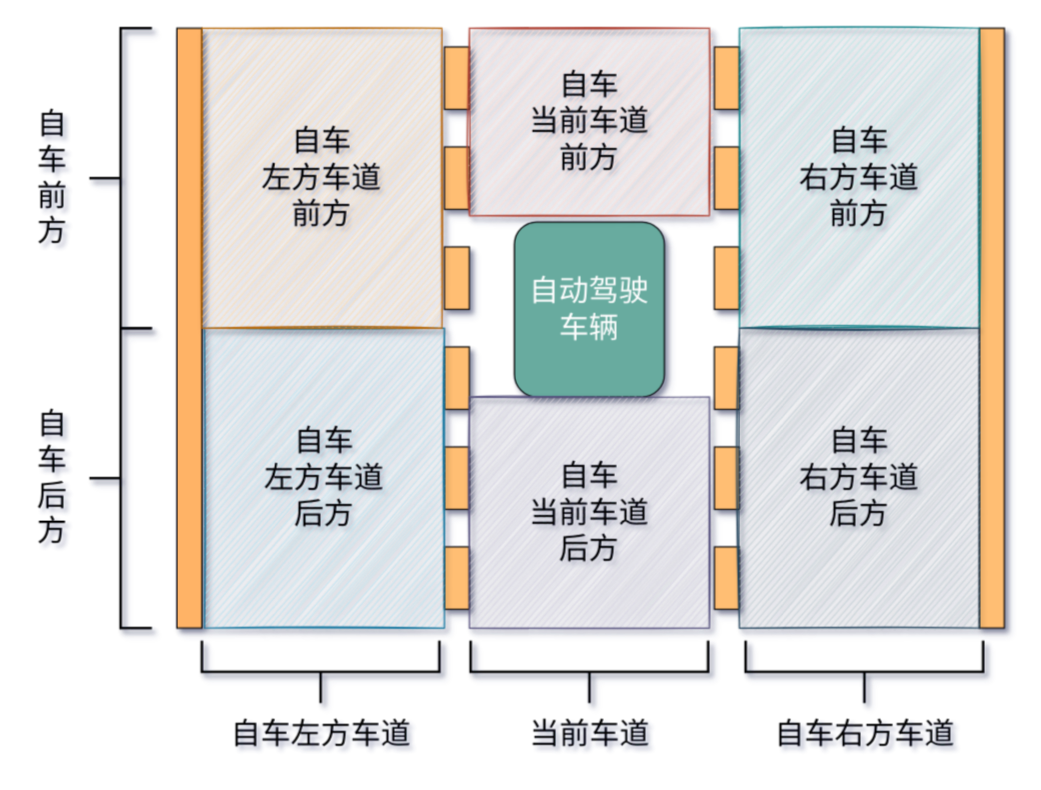
Above: traffic_flow_participant.drawio in puresummersky/ML_web (draw.io), before the change. Source tidied: cells renumbered, new cells numbered last; positions are measured from the earlier drawing's top-left corner, leaving out a move shared by most shapes. Both pictures are drawn from the tidied source at 125%, with x=0, y=0 at pixel (26, 28).
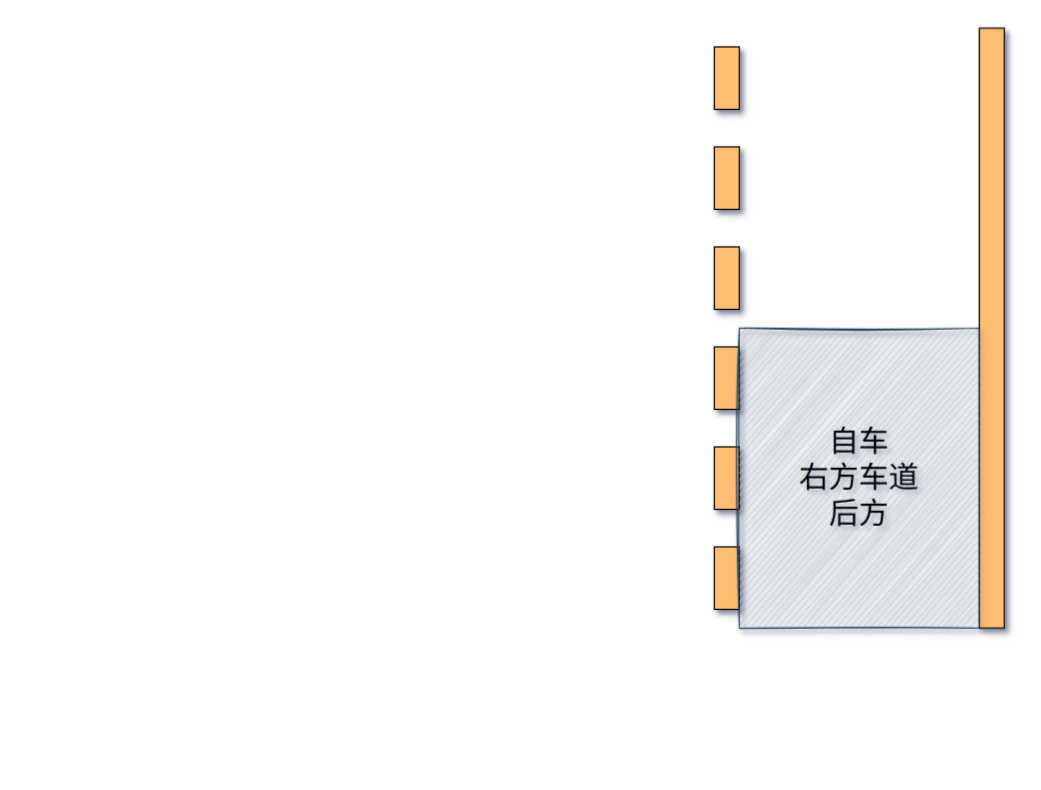
Above is the later version.

The edit, as a diff of the source:
```diff
@@
-    <mxCell id="2" style="rounded=0;whiteSpace=wrap;html=1;fillColor=#FFBE73;strokeColor=#000000;shadow=1;" parent="1" vertex="1">
-      <mxGeometry x="334" y="15" width="20" height="50" as="geometry" />
-    </mxCell>
-    <mxCell id="3" style="rounded=0;whiteSpace=wrap;html=1;fillColor=#FFB366;shadow=1;" parent="1" vertex="1">
-      <mxGeometry x="120" width="20" height="480" as="geometry" />
-    </mxCell>
@@
-    <mxCell id="5" style="rounded=0;whiteSpace=wrap;html=1;fillColor=#FFBE73;strokeColor=#000000;shadow=1;" parent="1" vertex="1">
-      <mxGeometry x="334" y="95" width="20" height="50" as="geometry" />
-    </mxCell>
-    <mxCell id="6" style="rounded=0;whiteSpace=wrap;html=1;fillColor=#FFBE73;strokeColor=#000000;shadow=1;" parent="1" vertex="1">
-      <mxGeometry x="334" y="175" width="20" height="50" as="geometry" />
-    </mxCell>
-    <mxCell id="7" style="rounded=0;whiteSpace=wrap;html=1;fillColor=#FFBE73;strokeColor=#000000;shadow=1;" parent="1" vertex="1">
-      <mxGeometry x="334" y="255" width="20" height="50" as="geometry" />
-    </mxCell>
-    <mxCell id="8" style="rounded=0;whiteSpace=wrap;html=1;fillColor=#FFBE73;strokeColor=#000000;shadow=1;" parent="1" vertex="1">
-      <mxGeometry x="334" y="335" width="20" height="50" as="geometry" />
-    </mxCell>
-    <mxCell id="9" style="rounded=0;whiteSpace=wrap;html=1;fillColor=#FFBE73;strokeColor=#000000;shadow=1;" parent="1" vertex="1">
-      <mxGeometry x="334" y="415" width="20" height="50" as="geometry" />
-    </mxCell>
@@
-    <mxCell id="16" value="&lt;div&gt;&lt;font style=&quot;font-size: 24px;&quot; face=&quot;Helvetica&quot; color=&quot;#FFFFFF&quot;&gt;自动驾驶车辆&lt;/font&gt;&lt;/div&gt;" style="rounded=1;whiteSpace=wrap;html=1;strokeColor=#000000;fillColor=#67AB9F;shadow=1;" parent="1" vertex="1">
-      <mxGeometry x="390" y="155" width="120" height="140" as="geometry" />
-    </mxCell>
-    <mxCell id="17" style="strokeWidth=2;html=1;shape=mxgraph.flowchart.annotation_2;align=left;labelPosition=right;fontFamily=Helvetica;fontSize=24;fontColor=#000000;fillColor=#67AB9F;rotation=-90;shadow=1;" parent="1" vertex="1">
-      <mxGeometry x="210" y="420" width="50" height="190" as="geometry" />
-    </mxCell>
-    <mxCell id="18" value="自车左方车道" style="text;html=1;align=center;verticalAlign=middle;strokeColor=none;fillColor=none;fontSize=24;fontFamily=Helvetica;fontColor=#000000;shadow=1;" parent="1" vertex="1">
-      <mxGeometry x="155" y="550" width="160" height="30" as="geometry" />
-    </mxCell>
-    <mxCell id="19" style="strokeWidth=2;html=1;shape=mxgraph.flowchart.annotation_2;align=left;labelPosition=right;fontFamily=Helvetica;fontSize=24;fontColor=#000000;fillColor=#67AB9F;rotation=-90;shadow=1;" parent="1" vertex="1">
-      <mxGeometry x="425" y="420" width="50" height="190" as="geometry" />
-    </mxCell>
-    <mxCell id="20" value="当前车道" style="text;html=1;align=center;verticalAlign=middle;strokeColor=none;fillColor=none;fontSize=24;fontFamily=Helvetica;fontColor=#000000;shadow=1;" parent="1" vertex="1">
-      <mxGeometry x="395" y="550" width="110" height="30" as="geometry" />
-    </mxCell>
-    <mxCell id="21" style="strokeWidth=2;html=1;shape=mxgraph.flowchart.annotation_2;align=left;labelPosition=right;fontFamily=Helvetica;fontSize=24;fontColor=#000000;fillColor=#67AB9F;rotation=-90;shadow=1;" parent="1" vertex="1">
-      <mxGeometry x="645" y="420" width="50" height="190" as="geometry" />
-    </mxCell>
-    <mxCell id="22" value="自车右方车道" style="text;html=1;align=center;verticalAlign=middle;strokeColor=none;fillColor=none;fontSize=24;fontFamily=Helvetica;fontColor=#000000;shadow=1;" parent="1" vertex="1">
-      <mxGeometry x="590" y="550" width="160" height="30" as="geometry" />
-    </mxCell>
-    <mxCell id="23" value="&lt;div&gt;自车&lt;br&gt;&lt;/div&gt;&lt;div&gt;右方车道&lt;/div&gt;&lt;div&gt;前方&lt;/div&gt;" style="rounded=0;whiteSpace=wrap;html=1;fontFamily=Helvetica;fontSize=24;strokeColor=#0e8088;fillColor=#b0e3e6;glass=0;sketch=1;shadow=1;" parent="1" vertex="1">
-      <mxGeometry x="570" width="192" height="240" as="geometry" />
-    </mxCell>
@@
-    <mxCell id="25" value="&lt;div&gt;自车&lt;br&gt;&lt;/div&gt;&lt;div&gt;左方车道&lt;/div&gt;&lt;div&gt;后方&lt;/div&gt;" style="rounded=0;whiteSpace=wrap;html=1;fontFamily=Helvetica;fontSize=24;strokeColor=#10739e;fillColor=#b1ddf0;glass=0;sketch=1;shadow=1;" parent="1" vertex="1">
-      <mxGeometry x="142" y="240" width="192" height="240" as="geometry" />
-    </mxCell>
-    <mxCell id="26" value="&lt;div&gt;自车&lt;br&gt;&lt;/div&gt;&lt;div&gt;左方车道&lt;/div&gt;&lt;div&gt;前方&lt;/div&gt;" style="rounded=0;whiteSpace=wrap;html=1;fontFamily=Helvetica;fontSize=24;strokeColor=#b46504;fillColor=#fad7ac;glass=0;sketch=1;shadow=1;" parent="1" vertex="1">
-      <mxGeometry x="140" width="192" height="240" as="geometry" />
-    </mxCell>
-    <mxCell id="27" value="&lt;div&gt;自车&lt;br&gt;&lt;/div&gt;&lt;div&gt;当前车道&lt;/div&gt;&lt;div&gt;前方&lt;/div&gt;" style="rounded=0;whiteSpace=wrap;html=1;fontFamily=Helvetica;fontSize=24;strokeColor=#ae4132;fillColor=#fad9d5;glass=0;sketch=1;shadow=1;" parent="1" vertex="1">
-      <mxGeometry x="354" width="192" height="150" as="geometry" />
-    </mxCell>
-    <mxCell id="28" value="&lt;div&gt;自车&lt;br&gt;&lt;/div&gt;&lt;div&gt;当前车道&lt;/div&gt;&lt;div&gt;后方&lt;/div&gt;" style="rounded=0;whiteSpace=wrap;html=1;fontFamily=Helvetica;fontSize=24;strokeColor=#56517e;fillColor=#d0cee2;glass=0;sketch=1;shadow=1;" parent="1" vertex="1">
-      <mxGeometry x="354" y="295" width="192" height="185" as="geometry" />
-    </mxCell>
-    <mxCell id="29" style="strokeWidth=2;html=1;shape=mxgraph.flowchart.annotation_2;align=left;labelPosition=right;fontFamily=Helvetica;fontSize=24;fontColor=#000000;fillColor=#67AB9F;rotation=0;shadow=1;" parent="1" vertex="1">
-      <mxGeometry x="50" width="50" height="240" as="geometry" />
-    </mxCell>
-    <mxCell id="30" style="strokeWidth=2;html=1;shape=mxgraph.flowchart.annotation_2;align=left;labelPosition=right;fontFamily=Helvetica;fontSize=24;fontColor=#000000;fillColor=#67AB9F;rotation=0;shadow=1;" parent="1" vertex="1">
-      <mxGeometry x="50" y="240" width="50" height="240" as="geometry" />
-    </mxCell>
-    <mxCell id="31" value="&lt;div&gt;自&lt;/div&gt;&lt;div&gt;车&lt;/div&gt;&lt;div&gt;后&lt;/div&gt;&lt;div&gt;方&lt;/div&gt;" style="text;html=1;align=center;verticalAlign=middle;strokeColor=none;fillColor=none;fontSize=24;fontFamily=Helvetica;fontColor=#000000;shadow=1;" parent="1" vertex="1">
-      <mxGeometry y="300" width="40" height="120" as="geometry" />
-    </mxCell>
-    <mxCell id="32" value="&lt;div&gt;自&lt;/div&gt;&lt;div&gt;车&lt;/div&gt;&lt;div&gt;前&lt;br&gt;&lt;/div&gt;&lt;div&gt;方&lt;/div&gt;" style="text;html=1;align=center;verticalAlign=middle;strokeColor=none;fillColor=none;fontSize=24;fontFamily=Helvetica;fontColor=#000000;shadow=1;" parent="1" vertex="1">
-      <mxGeometry y="60" width="40" height="120" as="geometry" />
-    </mxCell>
```
